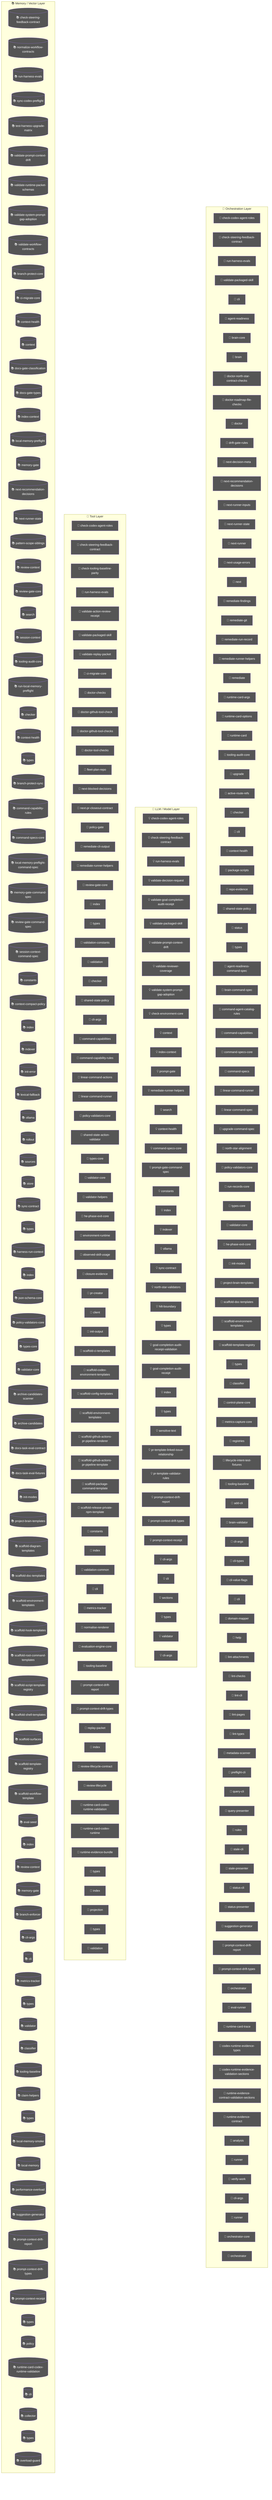
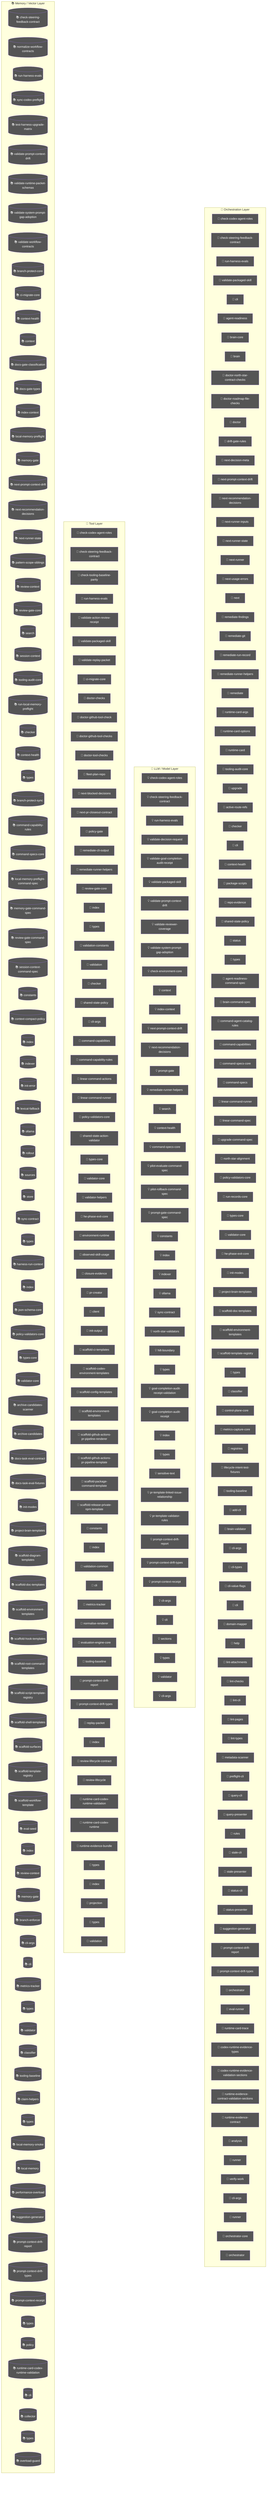
flowchart TD
  subgraph Orchestration["🎯 Orchestration Layer"]
    node_agent_mmd_orchestration_layer_orchestration_chec_7a9f0b64["🤖 check-codex-agent-roles"]
    node_agent_mmd_orchestration_layer_orchestration_chec_7fd47f5c["🤖 check-steering-feedback-contract"]
    node_agent_mmd_orchestration_layer_orchestration_run__18817957["🤖 run-harness-evals"]
    node_agent_mmd_orchestration_layer_orchestration_vali_c01b04be["🤖 validate-packaged-skill"]
    cli_99bb8840["🤖 cli"]
    agent_readiness_c82c68e6["🤖 agent-readiness"]
    brain_core_aa07c380["🤖 brain-core"]
    brain_bbbf7a64["🤖 brain"]
    doctor_north_star_contract_checks_0048124c["🤖 doctor-north-star-contract-checks"]
    doctor_roadmap_file_checks_14447b8e["🤖 doctor-roadmap-file-checks"]
    doctor_72f4be89["🤖 doctor"]
    drift_gate_rules_9685e72d["🤖 drift-gate-rules"]
    next_decision_meta_c58bc91b["🤖 next-decision-meta"]
+     node_agent_mmd_orchestration_layer_orchestration_next_bd28cb25["🤖 next-prompt-context-drift"]
    node_agent_mmd_orchestration_layer_orchestration_next_2419fcae["🤖 next-recommendation-decisions"]
    next_runner_inputs_754dba64["🤖 next-runner-inputs"]
    node_agent_mmd_orchestration_layer_orchestration_next_5393fba1["🤖 next-runner-state"]
    next_runner_41643472["🤖 next-runner"]
    next_usage_errors_837a345a["🤖 next-usage-errors"]
    next_c6c1c9a9["🤖 next"]
    remediate_findings_8b09c8c6["🤖 remediate-findings"]
    remediate_git_58c6f6f4["🤖 remediate-git"]
    remediate_run_record_9dfe5dc1["🤖 remediate-run-record"]
    node_agent_mmd_orchestration_layer_orchestration_reme_359fe98f["🤖 remediate-runner-helpers"]
    remediate_06b9c7fc["🤖 remediate"]
    runtime_card_args_2b3d4b28["🤖 runtime-card-args"]
    runtime_card_options_c9156ad5["🤖 runtime-card-options"]
    runtime_card_e06b53e1["🤖 runtime-card"]
    node_agent_mmd_orchestration_layer_orchestration_tool_acfe0c01["🤖 tooling-audit-core"]
    upgrade_7fef9479["🤖 upgrade"]
    active_route_refs_d7a46846["🤖 active-route-refs"]
    node_agent_mmd_orchestration_layer_orchestration_chec_0550c395["🤖 checker"]
    cli_1_084e05fe["🤖 cli"]
    node_agent_mmd_orchestration_layer_orchestration_cont_61b3b9c9["🤖 context-health"]
    package_scripts_3ee6150f["🤖 package-scripts"]
    repo_evidence_38bb1de5["🤖 repo-evidence"]
    node_agent_mmd_orchestration_layer_orchestration_shar_724ef5f0["🤖 shared-state-policy"]
    status_073c1634["🤖 status"]
    node_agent_mmd_orchestration_layer_orchestration_type_4f906dcc["🤖 types"]
    agent_readiness_command_spec_a30c2c1e["🤖 agent-readiness-command-spec"]
    brain_command_spec_15b122d5["🤖 brain-command-spec"]
    command_agent_catalog_rules_8e06b2af["🤖 command-agent-catalog-rules"]
    node_agent_mmd_orchestration_layer_orchestration_comm_6e41a7f7["🤖 command-capabilities"]
    node_agent_mmd_orchestration_layer_orchestration_comm_1f8cc24c["🤖 command-specs-core"]
    command_specs_69167c63["🤖 command-specs"]
    node_agent_mmd_orchestration_layer_orchestration_line_b67affd5["🤖 linear-command-runner"]
    linear_command_spec_1e12dd44["🤖 linear-command-spec"]
    upgrade_command_spec_03f6c7bd["🤖 upgrade-command-spec"]
    north_star_alignment_00440188["🤖 north-star-alignment"]
    node_agent_mmd_orchestration_layer_orchestration_poli_3270b55d["🤖 policy-validators-core"]
    run_records_core_89286dfa["🤖 run-records-core"]
    node_agent_mmd_orchestration_layer_orchestration_type_7cf81261["🤖 types-core"]
    node_agent_mmd_orchestration_layer_orchestration_vali_d9fe99e6["🤖 validator-core"]
    node_agent_mmd_orchestration_layer_orchestration_he_p_fc778c24["🤖 he-phase-exit-core"]
    node_agent_mmd_orchestration_layer_orchestration_init_2a9c3ecb["🤖 init-modes"]
    node_agent_mmd_orchestration_layer_orchestration_proj_6ab6f60f["🤖 project-brain-templates"]
    node_agent_mmd_orchestration_layer_orchestration_scaf_12cc07db["🤖 scaffold-doc-templates"]
    node_agent_mmd_orchestration_layer_orchestration_scaf_c9a90c2f["🤖 scaffold-environment-templates"]
    node_agent_mmd_orchestration_layer_orchestration_scaf_ff8f92f6["🤖 scaffold-template-registry"]
-     types_16_0fae1112["🤖 types"]
+     types_17_ed30531c["🤖 types"]
    node_agent_mmd_orchestration_layer_orchestration_clas_899b821a["🤖 classifier"]
    control_plane_core_db3b4cb2["🤖 control-plane-core"]
    metrics_capture_core_db4bf7cf["🤖 metrics-capture-core"]
    registries_06402afa["🤖 registries"]
    lifecycle_intent_test_fixtures_a53c7ada["🤖 lifecycle-intent-test-fixtures"]
    node_agent_mmd_orchestration_layer_orchestration_tool_cc43149f["🤖 tooling-baseline"]
    add_cli_7614de25["🤖 add-cli"]
    brain_validator_be251832["🤖 brain-validator"]
    cli_args_8_d546936e["🤖 cli-args"]
    cli_types_1686e858["🤖 cli-types"]
    cli_value_flags_732a8e43["🤖 cli-value-flags"]
    cli_10_35dc8cbd["🤖 cli"]
    domain_mapper_cd9333d2["🤖 domain-mapper"]
    help_106a5842["🤖 help"]
    lint_attachments_873c0632["🤖 lint-attachments"]
    lint_checks_83522b19["🤖 lint-checks"]
    lint_cli_9ec62ec0["🤖 lint-cli"]
    lint_pages_e33301d0["🤖 lint-pages"]
    lint_types_2862c255["🤖 lint-types"]
    metadata_scanner_6a101b66["🤖 metadata-scanner"]
    preflight_cli_5d148379["🤖 preflight-cli"]
    query_cli_b95be64d["🤖 query-cli"]
    query_presenter_02e6077c["🤖 query-presenter"]
    rules_6c621d1a["🤖 rules"]
    stale_cli_64548720["🤖 stale-cli"]
    stale_presenter_1de4e3a2["🤖 stale-presenter"]
    status_cli_4c24a0d6["🤖 status-cli"]
    status_presenter_8de686c1["🤖 status-presenter"]
    node_agent_mmd_orchestration_layer_orchestration_sugg_85c5ebe3["🤖 suggestion-generator"]
    node_agent_mmd_orchestration_layer_orchestration_prom_d17b4de2["🤖 prompt-context-drift-report"]
    node_agent_mmd_orchestration_layer_orchestration_prom_77088997["🤖 prompt-context-drift-types"]
    orchestrator_11376b7e["🤖 orchestrator"]
    eval_runner_0966a6b3["🤖 eval-runner"]
    runtime_card_trace_64a5ca95["🤖 runtime-card-trace"]
    codex_runtime_evidence_types_f55808dd["🤖 codex-runtime-evidence-types"]
    codex_runtime_evidence_validation_sections_6d236b4a["🤖 codex-runtime-evidence-validation-sections"]
    runtime_evidence_contract_validation_sections_1779ca7c["🤖 runtime-evidence-contract-validation-sections"]
    runtime_evidence_contract_0f7b15b2["🤖 runtime-evidence-contract"]
    analysis_f44e85c4["🤖 analysis"]
    runner_527aa9f4["🤖 runner"]
    verify_work_1_cd8e7ec3["🤖 verify-work"]
    cli_args_14_3481043e["🤖 cli-args"]
    runner_1_6f281bf8["🤖 runner"]
    orchestrator_core_d0678b53["🤖 orchestrator-core"]
    orchestrator_1_6b7137c5["🤖 orchestrator"]
  end
  subgraph LLMLayer["🧠 LLM / Model Layer"]
    node_agent_mmd_llm_model_layer_llmlayer_check_codex_a_29e7b7fa["💡 check-codex-agent-roles"]
    node_agent_mmd_llm_model_layer_llmlayer_check_steerin_0e1bf90d["💡 check-steering-feedback-contract"]
    node_agent_mmd_llm_model_layer_llmlayer_run_harness_e_603fcfdc["💡 run-harness-evals"]
    validate_decision_request_2e5c325e["💡 validate-decision-request"]
    validate_goal_completion_audit_receipt_100d252c["💡 validate-goal-completion-audit-receipt"]
    node_agent_mmd_llm_model_layer_llmlayer_validate_pack_2a12e1f4["💡 validate-packaged-skill"]
    node_agent_mmd_llm_model_layer_llmlayer_validate_prom_9880f764["💡 validate-prompt-context-drift"]
    validate_reviewer_coverage_251efee3["💡 validate-reviewer-coverage"]
    node_agent_mmd_llm_model_layer_llmlayer_validate_syst_5636156e["💡 validate-system-prompt-gap-adoption"]
    check_environment_core_2c16213f["💡 check-environment-core"]
    node_agent_mmd_llm_model_layer_llmlayer_context_conte_ad2dfbd9["💡 context"]
    node_agent_mmd_llm_model_layer_llmlayer_index_context_1041bd11["💡 index-context"]
+     node_agent_mmd_llm_model_layer_llmlayer_next_prompt_c_bdfb9c8c["💡 next-prompt-context-drift"]
+     node_agent_mmd_llm_model_layer_llmlayer_next_recommen_b2930791["💡 next-recommendation-decisions"]
    prompt_gate_c5e9d207["💡 prompt-gate"]
    node_agent_mmd_llm_model_layer_llmlayer_remediate_run_9e3d4585["💡 remediate-runner-helpers"]
    node_agent_mmd_llm_model_layer_llmlayer_search_search_66b9a911["💡 search"]
    node_agent_mmd_llm_model_layer_llmlayer_context_healt_cfc0bfa8["💡 context-health"]
    node_agent_mmd_llm_model_layer_llmlayer_command_specs_782af9fa["💡 command-specs-core"]
+     pilot_evaluate_command_spec_1084ea72["💡 pilot-evaluate-command-spec"]
+     pilot_rollback_command_spec_4fe69f7d["💡 pilot-rollback-command-spec"]
    prompt_gate_command_spec_9a941482["💡 prompt-gate-command-spec"]
    node_agent_mmd_llm_model_layer_llmlayer_constants_con_c9bd3f6c["💡 constants"]
    node_agent_mmd_llm_model_layer_llmlayer_index_index_1_02e160ff["💡 index"]
    node_agent_mmd_llm_model_layer_llmlayer_indexer_index_4f4deef5["💡 indexer"]
    node_agent_mmd_llm_model_layer_llmlayer_ollama_ollama_968b23fa["💡 ollama"]
    node_agent_mmd_llm_model_layer_llmlayer_sync_contract_9f3cc8c1["💡 sync-contract"]
    north_star_validators_cfc926ce["💡 north-star-validators"]
    hilt_boundary_9b36fb15["💡 hilt-boundary"]
    types_10_75e5a4a0["💡 types"]
    goal_completion_audit_receipt_validation_9d0f4891["💡 goal-completion-audit-receipt-validation"]
    goal_completion_audit_receipt_5e4939c3["💡 goal-completion-audit-receipt"]
    index_5_522f772a["💡 index"]
    node_agent_mmd_llm_model_layer_llmlayer_constants_con_c9bd3f6c["💡 constants"]
-     types_17_ed30531c["💡 types"]
+     types_18_37582e2a["💡 types"]
    sensitive_text_7c11f760["💡 sensitive-text"]
    pr_template_linked_issue_relationship_a7b61f2c["💡 pr-template-linked-issue-relationship"]
    pr_template_validator_rules_20a32d6b["💡 pr-template-validator-rules"]
    node_agent_mmd_llm_model_layer_llmlayer_index_index_1_02e160ff["💡 index"]
    node_agent_mmd_llm_model_layer_llmlayer_prompt_contex_81f9066a["💡 prompt-context-drift-report"]
    node_agent_mmd_llm_model_layer_llmlayer_prompt_contex_e5066b88["💡 prompt-context-drift-types"]
    node_agent_mmd_llm_model_layer_llmlayer_index_index_1_02e160ff["💡 index"]
    node_agent_mmd_llm_model_layer_llmlayer_prompt_contex_6426acc2["💡 prompt-context-receipt"]
    cli_args_9_9c136878["💡 cli-args"]
    cli_11_338a8415["💡 cli"]
    sections_4697ef32["💡 sections"]
-     types_27_4d134744["💡 types"]
+     types_28_4476fcc6["💡 types"]
    validator_7_f836eb0e["💡 validator"]
    cli_args_10_861cdd3f["💡 cli-args"]
  end
  subgraph ToolLayer["🔧 Tool Layer"]
    node_agent_mmd_tool_layer_toollayer_check_codex_agent_4b361d5a["🔧 check-codex-agent-roles"]
    node_agent_mmd_tool_layer_toollayer_check_steering_fe_eafecf3a["🔧 check-steering-feedback-contract"]
    check_tooling_baseline_parity_3124b30a["🔧 check-tooling-baseline-parity"]
    node_agent_mmd_tool_layer_toollayer_run_harness_evals_e2ee24f1["🔧 run-harness-evals"]
    validate_action_review_receipt_fa2f06c3["🔧 validate-action-review-receipt"]
    node_agent_mmd_tool_layer_toollayer_validate_packaged_2855c827["🔧 validate-packaged-skill"]
    validate_replay_packet_f309747e["🔧 validate-replay-packet"]
    node_agent_mmd_tool_layer_toollayer_ci_migrate_core_c_049f8460["🔧 ci-migrate-core"]
    doctor_checks_5a2eb2b9["🔧 doctor-checks"]
    doctor_github_tool_check_e0a938df["🔧 doctor-github-tool-check"]
    doctor_github_tool_checks_a53b0382["🔧 doctor-github-tool-checks"]
    doctor_tool_checks_4acac51a["🔧 doctor-tool-checks"]
    fleet_plan_repo_ecdc6499["🔧 fleet-plan-repo"]
    next_blocked_decisions_4140ad2b["🔧 next-blocked-decisions"]
    next_pr_closeout_contract_af31d30a["🔧 next-pr-closeout-contract"]
    policy_gate_213f7313["🔧 policy-gate"]
    remediate_cli_output_cc165396["🔧 remediate-cli-output"]
    node_agent_mmd_tool_layer_toollayer_remediate_runner__c003b871["🔧 remediate-runner-helpers"]
    node_agent_mmd_tool_layer_toollayer_review_gate_core__7704598b["🔧 review-gate-core"]
    index_1bc04b52["🔧 index"]
    types_1_4ecdf56e["🔧 types"]
    validation_constants_e002a0f6["🔧 validation-constants"]
    validation_98c41dcd["🔧 validation"]
    node_agent_mmd_tool_layer_toollayer_checker_checker_2_453d593b["🔧 checker"]
    node_agent_mmd_tool_layer_toollayer_shared_state_poli_53734acd["🔧 shared-state-policy"]
    cli_args_1_6144b055["🔧 cli-args"]
    node_agent_mmd_tool_layer_toollayer_command_capabilit_7fe13db1["🔧 command-capabilities"]
    node_agent_mmd_tool_layer_toollayer_command_capabilit_e97a4615["🔧 command-capability-rules"]
    linear_command_actions_e430f4f4["🔧 linear-command-actions"]
    node_agent_mmd_tool_layer_toollayer_linear_command_ru_d6763748["🔧 linear-command-runner"]
    node_agent_mmd_tool_layer_toollayer_policy_validators_af136abf["🔧 policy-validators-core"]
    shared_state_action_validator_e7b128cd["🔧 shared-state-action-validator"]
    node_agent_mmd_tool_layer_toollayer_types_core_types__6c8319b6["🔧 types-core"]
    node_agent_mmd_tool_layer_toollayer_validator_core_va_6ef6131f["🔧 validator-core"]
    validator_helpers_7b927667["🔧 validator-helpers"]
    node_agent_mmd_tool_layer_toollayer_he_phase_exit_cor_af016160["🔧 he-phase-exit-core"]
    environment_runtime_3206f0a8["🔧 environment-runtime"]
    observed_skill_usage_ed7d5930["🔧 observed-skill-usage"]
    closure_evidence_aaa31467["🔧 closure-evidence"]
    pr_creator_dc6b1ea4["🔧 pr-creator"]
    client_948fe603["🔧 client"]
    init_output_360dce91["🔧 init-output"]
    scaffold_ci_templates_2afd6392["🔧 scaffold-ci-templates"]
    scaffold_codex_environment_templates_334fbbed["🔧 scaffold-codex-environment-templates"]
    scaffold_config_templates_4b80ce53["🔧 scaffold-config-templates"]
    node_agent_mmd_tool_layer_toollayer_scaffold_environm_c1afc013["🔧 scaffold-environment-templates"]
    scaffold_github_actions_pr_pipeline_renderer_1ee18de5["🔧 scaffold-github-actions-pr-pipeline-renderer"]
    scaffold_github_actions_pr_pipeline_template_e2b85f62["🔧 scaffold-github-actions-pr-pipeline-template"]
    scaffold_package_command_template_80e32e83["🔧 scaffold-package-command-template"]
    scaffold_release_private_npm_template_075499f8["🔧 scaffold-release-private-npm-template"]
    node_agent_mmd_tool_layer_toollayer_constants_constan_9d71b829["🔧 constants"]
    index_9_32dd4d91["🔧 index"]
    validation_common_6161e48b["🔧 validation-common"]
    node_agent_mmd_tool_layer_toollayer_cli_cli_2_1_32d9eeaf["🔧 cli"]
    node_agent_mmd_tool_layer_toollayer_metrics_tracker_m_4c9237d8["🔧 metrics-tracker"]
    normalise_renderer_85f2e563["🔧 normalise-renderer"]
    evaluation_engine_core_e054fe49["🔧 evaluation-engine-core"]
    node_agent_mmd_tool_layer_toollayer_tooling_baseline__61e66e9f["🔧 tooling-baseline"]
    node_agent_mmd_tool_layer_toollayer_prompt_context_dr_a2772f2b["🔧 prompt-context-drift-report"]
    node_agent_mmd_tool_layer_toollayer_prompt_context_dr_bd82da46["🔧 prompt-context-drift-types"]
    replay_packet_a1293f88["🔧 replay-packet"]
    index_14_d982116c["🔧 index"]
    review_lifecycle_contract_e5447221["🔧 review-lifecycle-contract"]
    review_lifecycle_89afa64c["🔧 review-lifecycle"]
    node_agent_mmd_tool_layer_toollayer_runtime_card_code_3636ceac["🔧 runtime-card-codex-runtime-validation"]
    runtime_card_codex_runtime_0655e230["🔧 runtime-card-codex-runtime"]
    runtime_evidence_bundle_d471a232["🔧 runtime-evidence-bundle"]
-     types_36_674380ec["🔧 types"]
+     types_37_32ccf9f9["🔧 types"]
    index_17_642943a2["🔧 index"]
    projection_1b250ea1["🔧 projection"]
-     types_38_e8efcd57["🔧 types"]
+     types_39_d07de160["🔧 types"]
    validation_7_c4e6d8b6["🔧 validation"]
  end
  subgraph MemoryLayer["📚 Memory / Vector Layer"]
    node_agent_mmd_memory_vector_layer_memorylayer_check__64c86928[("📚 check-steering-feedback-contract")]
    normalize_workflow_contracts_8701f1c8[("📚 normalize-workflow-contracts")]
    node_agent_mmd_memory_vector_layer_memorylayer_run_ha_5b637d0d[("📚 run-harness-evals")]
    sync_codex_preflight_7e7a8dc2[("📚 sync-codex-preflight")]
    test_harness_upgrade_matrix_84113c4e[("📚 test-harness-upgrade-matrix")]
    node_agent_mmd_memory_vector_layer_memorylayer_valida_c52c4db8[("📚 validate-prompt-context-drift")]
    validate_runtime_packet_schemas_bc3ba8ec[("📚 validate-runtime-packet-schemas")]
    node_agent_mmd_memory_vector_layer_memorylayer_valida_db599a97[("📚 validate-system-prompt-gap-adoption")]
    validate_workflow_contracts_33dc063c[("📚 validate-workflow-contracts")]
    branch_protect_core_a8feb0fd[("📚 branch-protect-core")]
    node_agent_mmd_memory_vector_layer_memorylayer_ci_mig_0cd5b1a4[("📚 ci-migrate-core")]
    context_health_80bb7da9[("📚 context-health")]
    node_agent_mmd_memory_vector_layer_memorylayer_contex_78ceaaa9[("📚 context")]
    docs_gate_classification_2f51c90b[("📚 docs-gate-classification")]
    docs_gate_types_d285abb6[("📚 docs-gate-types")]
    node_agent_mmd_memory_vector_layer_memorylayer_index__6f3402d0[("📚 index-context")]
    local_memory_preflight_dcc36c42[("📚 local-memory-preflight")]
    memory_gate_a577a506[("📚 memory-gate")]
-     node_agent_mmd_memory_vector_layer_memorylayer_next_r_70c71a64[("📚 next-recommendation-decisions")]
+     node_agent_mmd_memory_vector_layer_memorylayer_next_p_25a3d4ff[("📚 next-prompt-context-drift")]
+     node_agent_mmd_memory_vector_layer_memorylayer_next_r_ef64c9f9[("📚 next-recommendation-decisions")]
    node_agent_mmd_memory_vector_layer_memorylayer_next_r_7feb80cc[("📚 next-runner-state")]
    pattern_scope_siblings_43abe000[("📚 pattern-scope-siblings")]
    review_context_ca6cf81d[("📚 review-context")]
    node_agent_mmd_memory_vector_layer_memorylayer_review_5bee9816[("📚 review-gate-core")]
    node_agent_mmd_memory_vector_layer_memorylayer_search_ac35cb7e[("📚 search")]
    session_context_e5ec72c0[("📚 session-context")]
    node_agent_mmd_memory_vector_layer_memorylayer_toolin_a1185b8f[("📚 tooling-audit-core")]
    run_local_memory_preflight_36e92808[("📚 run-local-memory-preflight")]
    node_agent_mmd_memory_vector_layer_memorylayer_checke_a583eb4f[("📚 checker")]
    node_agent_mmd_memory_vector_layer_memorylayer_contex_3204aa0e[("📚 context-health")]
    node_agent_mmd_memory_vector_layer_memorylayer_types__9ad640a0[("📚 types")]
    branch_protect_sync_570adb18[("📚 branch-protect-sync")]
    node_agent_mmd_memory_vector_layer_memorylayer_comman_c72a5d05[("📚 command-capability-rules")]
    node_agent_mmd_memory_vector_layer_memorylayer_comman_111eb454[("📚 command-specs-core")]
    local_memory_preflight_command_spec_9e23f3ce[("📚 local-memory-preflight-command-spec")]
    memory_gate_command_spec_dc9001a9[("📚 memory-gate-command-spec")]
    review_gate_command_spec_3187376a[("📚 review-gate-command-spec")]
    session_context_command_spec_973afbb1[("📚 session-context-command-spec")]
    node_agent_mmd_memory_vector_layer_memorylayer_consta_702d3f46[("📚 constants")]
    context_compact_policy_3dcaf95d[("📚 context-compact-policy")]
    node_agent_mmd_memory_vector_layer_memorylayer_index__752bc61e[("📚 index")]
    node_agent_mmd_memory_vector_layer_memorylayer_indexe_93e6d86f[("📚 indexer")]
    init_error_5c7dd49f[("📚 init-error")]
    lexical_fallback_723e2b3e[("📚 lexical-fallback")]
    node_agent_mmd_memory_vector_layer_memorylayer_ollama_6d51be16[("📚 ollama")]
    rollout_a4fa034c[("📚 rollout")]
    sources_878a52fc[("📚 sources")]
    store_824d80d7[("📚 store")]
    node_agent_mmd_memory_vector_layer_memorylayer_sync_c_e43418bc[("📚 sync-contract")]
    types_8_f6283648[("📚 types")]
    harness_run_context_ac7c77a9[("📚 harness-run-context")]
    index_4_013aa0e3[("📚 index")]
    json_schema_core_96d7e328[("📚 json-schema-core")]
    node_agent_mmd_memory_vector_layer_memorylayer_policy_1944de42[("📚 policy-validators-core")]
    node_agent_mmd_memory_vector_layer_memorylayer_types__83f369fa[("📚 types-core")]
    node_agent_mmd_memory_vector_layer_memorylayer_valida_41034356[("📚 validator-core")]
    archive_candidates_scanner_d0931789[("📚 archive-candidates-scanner")]
    archive_candidates_dc0e40e1[("📚 archive-candidates")]
    docs_task_eval_contract_79347457[("📚 docs-task-eval-contract")]
    docs_task_eval_fixtures_44902755[("📚 docs-task-eval-fixtures")]
    node_agent_mmd_memory_vector_layer_memorylayer_init_m_333d02c5[("📚 init-modes")]
    node_agent_mmd_memory_vector_layer_memorylayer_projec_3ae304d9[("📚 project-brain-templates")]
    scaffold_diagram_templates_dd88e83c[("📚 scaffold-diagram-templates")]
    node_agent_mmd_memory_vector_layer_memorylayer_scaffo_5fd73b94[("📚 scaffold-doc-templates")]
    node_agent_mmd_memory_vector_layer_memorylayer_scaffo_12b42341[("📚 scaffold-environment-templates")]
    scaffold_hook_templates_8c74ab50[("📚 scaffold-hook-templates")]
    scaffold_root_command_templates_404fed7f[("📚 scaffold-root-command-templates")]
    scaffold_script_template_registry_69312d4e[("📚 scaffold-script-template-registry")]
    scaffold_shell_templates_0ad0f915[("📚 scaffold-shell-templates")]
    scaffold_surfaces_12d6494e[("📚 scaffold-surfaces")]
    node_agent_mmd_memory_vector_layer_memorylayer_scaffo_a86eece1[("📚 scaffold-template-registry")]
    scaffold_workflow_template_92310587[("📚 scaffold-workflow-template")]
    eval_seed_5699fd3e[("📚 eval-seed")]
    index_10_f6785a46[("📚 index")]
    review_context_1_e3afed15[("📚 review-context")]
    memory_gate_1_265164ac[("📚 memory-gate")]
    branch_enforcer_acb749cd[("📚 branch-enforcer")]
    cli_args_5_09ea29f0[("📚 cli-args")]
    node_agent_mmd_memory_vector_layer_memorylayer_cli_cl_1f1f89ab[("📚 cli")]
    node_agent_mmd_memory_vector_layer_memorylayer_metric_12562178[("📚 metrics-tracker")]
-     types_19_eb4ad5f0[("📚 types")]
+     types_20_071a0112[("📚 types")]
    validator_5_b19ac2be[("📚 validator")]
    node_agent_mmd_memory_vector_layer_memorylayer_classi_1ebbf5ff[("📚 classifier")]
    node_agent_mmd_memory_vector_layer_memorylayer_toolin_14f86b00[("📚 tooling-baseline")]
    claim_helpers_20dc8387[("📚 claim-helpers")]
-     types_24_c63dc1a7[("📚 types")]
+     types_25_89d086aa[("📚 types")]
    local_memory_smoke_1175abfc[("📚 local-memory-smoke")]
    local_memory_0db17ecc[("📚 local-memory")]
    performance_overload_c685bfcf[("📚 performance-overload")]
    node_agent_mmd_memory_vector_layer_memorylayer_sugges_267f408d[("📚 suggestion-generator")]
    node_agent_mmd_memory_vector_layer_memorylayer_index__752bc61e[("📚 index")]
    node_agent_mmd_memory_vector_layer_memorylayer_prompt_ae34fc43[("📚 prompt-context-drift-report")]
    node_agent_mmd_memory_vector_layer_memorylayer_prompt_efd77624[("📚 prompt-context-drift-types")]
    node_agent_mmd_memory_vector_layer_memorylayer_index__752bc61e[("📚 index")]
    node_agent_mmd_memory_vector_layer_memorylayer_prompt_55c0d605[("📚 prompt-context-receipt")]
-     types_31_eb363e20[("📚 types")]
+     types_32_bfe791ff[("📚 types")]
    policy_1_fc4198db[("📚 policy")]
    node_agent_mmd_memory_vector_layer_memorylayer_runtim_a5d23e7f[("📚 runtime-card-codex-runtime-validation")]
    cli_12_01c06c37[("📚 cli")]
    collector_0736fd5b[("📚 collector")]
-     types_34_85e6a0bb[("📚 types")]
+     types_35_93e66c64[("📚 types")]
    overload_guard_2748c559[("📚 overload-guard")]
  end
  classDef agentNode fill:#555,color:#fff
-   class node_agent_mmd_orchestration_layer_orchestration_chec_7a9f0b64,node_agent_mmd_llm_model_layer_llmlayer_check_codex_a_29e7b7fa,node_agent_mmd_tool_layer_toollayer_check_codex_agent_4b361d5a,node_agent_mmd_orchestration_layer_orchestration_chec_7fd47f5c,node_agent_mmd_llm_model_layer_llmlayer_check_steerin_0e1bf90d,node_agent_mmd_tool_layer_toollayer_check_steering_fe_eafecf3a,node_agent_mmd_memory_vector_layer_memorylayer_check__64c86928,node_agent_mmd_orchestration_layer_orchestration_run__18817957,node_agent_mmd_llm_model_layer_llmlayer_run_harness_e_603fcfdc,node_agent_mmd_tool_layer_toollayer_run_harness_evals_e2ee24f1,node_agent_mmd_memory_vector_layer_memorylayer_run_ha_5b637d0d,node_agent_mmd_orchestration_layer_orchestration_vali_c01b04be,node_agent_mmd_llm_model_layer_llmlayer_validate_pack_2a12e1f4,node_agent_mmd_tool_layer_toollayer_validate_packaged_2855c827,cli_99bb8840,agent_readiness_c82c68e6,brain_core_aa07c380,brain_bbbf7a64,doctor_north_star_contract_checks_0048124c,doctor_roadmap_file_checks_14447b8e,doctor_72f4be89,drift_gate_rules_9685e72d,next_decision_meta_c58bc91b,node_agent_mmd_orchestration_layer_orchestration_next_2419fcae,node_agent_mmd_memory_vector_layer_memorylayer_next_r_70c71a64,next_runner_inputs_754dba64,node_agent_mmd_orchestration_layer_orchestration_next_5393fba1,node_agent_mmd_memory_vector_layer_memorylayer_next_r_7feb80cc,next_runner_41643472,next_usage_errors_837a345a,next_c6c1c9a9,remediate_findings_8b09c8c6,remediate_git_58c6f6f4,remediate_run_record_9dfe5dc1,node_agent_mmd_orchestration_layer_orchestration_reme_359fe98f,node_agent_mmd_llm_model_layer_llmlayer_remediate_run_9e3d4585,node_agent_mmd_tool_layer_toollayer_remediate_runner__c003b871,remediate_06b9c7fc,runtime_card_args_2b3d4b28,runtime_card_options_c9156ad5,runtime_card_e06b53e1,node_agent_mmd_orchestration_layer_orchestration_tool_acfe0c01,node_agent_mmd_memory_vector_layer_memorylayer_toolin_a1185b8f,upgrade_7fef9479,active_route_refs_d7a46846,node_agent_mmd_orchestration_layer_orchestration_chec_0550c395,node_agent_mmd_tool_layer_toollayer_checker_checker_2_453d593b,node_agent_mmd_memory_vector_layer_memorylayer_checke_a583eb4f,cli_1_084e05fe,node_agent_mmd_orchestration_layer_orchestration_cont_61b3b9c9,node_agent_mmd_llm_model_layer_llmlayer_context_healt_cfc0bfa8,node_agent_mmd_memory_vector_layer_memorylayer_contex_3204aa0e,package_scripts_3ee6150f,repo_evidence_38bb1de5,node_agent_mmd_orchestration_layer_orchestration_shar_724ef5f0,node_agent_mmd_tool_layer_toollayer_shared_state_poli_53734acd,status_073c1634,node_agent_mmd_orchestration_layer_orchestration_type_4f906dcc,node_agent_mmd_memory_vector_layer_memorylayer_types__9ad640a0,agent_readiness_command_spec_a30c2c1e,brain_command_spec_15b122d5,command_agent_catalog_rules_8e06b2af,node_agent_mmd_orchestration_layer_orchestration_comm_6e41a7f7,node_agent_mmd_tool_layer_toollayer_command_capabilit_7fe13db1,node_agent_mmd_orchestration_layer_orchestration_comm_1f8cc24c,node_agent_mmd_llm_model_layer_llmlayer_command_specs_782af9fa,node_agent_mmd_memory_vector_layer_memorylayer_comman_111eb454,command_specs_69167c63,node_agent_mmd_orchestration_layer_orchestration_line_b67affd5,node_agent_mmd_tool_layer_toollayer_linear_command_ru_d6763748,linear_command_spec_1e12dd44,upgrade_command_spec_03f6c7bd,north_star_alignment_00440188,node_agent_mmd_orchestration_layer_orchestration_poli_3270b55d,node_agent_mmd_tool_layer_toollayer_policy_validators_af136abf,node_agent_mmd_memory_vector_layer_memorylayer_policy_1944de42,run_records_core_89286dfa,node_agent_mmd_orchestration_layer_orchestration_type_7cf81261,node_agent_mmd_tool_layer_toollayer_types_core_types__6c8319b6,node_agent_mmd_memory_vector_layer_memorylayer_types__83f369fa,node_agent_mmd_orchestration_layer_orchestration_vali_d9fe99e6,node_agent_mmd_tool_layer_toollayer_validator_core_va_6ef6131f,node_agent_mmd_memory_vector_layer_memorylayer_valida_41034356,node_agent_mmd_orchestration_layer_orchestration_he_p_fc778c24,node_agent_mmd_tool_layer_toollayer_he_phase_exit_cor_af016160,node_agent_mmd_orchestration_layer_orchestration_init_2a9c3ecb,node_agent_mmd_memory_vector_layer_memorylayer_init_m_333d02c5,node_agent_mmd_orchestration_layer_orchestration_proj_6ab6f60f,node_agent_mmd_memory_vector_layer_memorylayer_projec_3ae304d9,node_agent_mmd_orchestration_layer_orchestration_scaf_12cc07db,node_agent_mmd_memory_vector_layer_memorylayer_scaffo_5fd73b94,node_agent_mmd_orchestration_layer_orchestration_scaf_c9a90c2f,node_agent_mmd_tool_layer_toollayer_scaffold_environm_c1afc013,node_agent_mmd_memory_vector_layer_memorylayer_scaffo_12b42341,node_agent_mmd_orchestration_layer_orchestration_scaf_ff8f92f6,node_agent_mmd_memory_vector_layer_memorylayer_scaffo_a86eece1,types_16_0fae1112,node_agent_mmd_orchestration_layer_orchestration_clas_899b821a,node_agent_mmd_memory_vector_layer_memorylayer_classi_1ebbf5ff,control_plane_core_db3b4cb2,metrics_capture_core_db4bf7cf,registries_06402afa,lifecycle_intent_test_fixtures_a53c7ada,node_agent_mmd_orchestration_layer_orchestration_tool_cc43149f,node_agent_mmd_tool_layer_toollayer_tooling_baseline__61e66e9f,node_agent_mmd_memory_vector_layer_memorylayer_toolin_14f86b00,add_cli_7614de25,brain_validator_be251832,cli_args_8_d546936e,cli_types_1686e858,cli_value_flags_732a8e43,cli_10_35dc8cbd,domain_mapper_cd9333d2,help_106a5842,lint_attachments_873c0632,lint_checks_83522b19,lint_cli_9ec62ec0,lint_pages_e33301d0,lint_types_2862c255,metadata_scanner_6a101b66,preflight_cli_5d148379,query_cli_b95be64d,query_presenter_02e6077c,rules_6c621d1a,stale_cli_64548720,stale_presenter_1de4e3a2,status_cli_4c24a0d6,status_presenter_8de686c1,node_agent_mmd_orchestration_layer_orchestration_sugg_85c5ebe3,node_agent_mmd_memory_vector_layer_memorylayer_sugges_267f408d,node_agent_mmd_orchestration_layer_orchestration_prom_d17b4de2,node_agent_mmd_llm_model_layer_llmlayer_prompt_contex_81f9066a,node_agent_mmd_tool_layer_toollayer_prompt_context_dr_a2772f2b,node_agent_mmd_memory_vector_layer_memorylayer_prompt_ae34fc43,node_agent_mmd_orchestration_layer_orchestration_prom_77088997,node_agent_mmd_llm_model_layer_llmlayer_prompt_contex_e5066b88,node_agent_mmd_tool_layer_toollayer_prompt_context_dr_bd82da46,node_agent_mmd_memory_vector_layer_memorylayer_prompt_efd77624,orchestrator_11376b7e,eval_runner_0966a6b3,runtime_card_trace_64a5ca95,codex_runtime_evidence_types_f55808dd,codex_runtime_evidence_validation_sections_6d236b4a,runtime_evidence_contract_validation_sections_1779ca7c,runtime_evidence_contract_0f7b15b2,analysis_f44e85c4,runner_527aa9f4,verify_work_1_cd8e7ec3,cli_args_14_3481043e,runner_1_6f281bf8,orchestrator_core_d0678b53,orchestrator_1_6b7137c5 agentNode
+   class node_agent_mmd_orchestration_layer_orchestration_chec_7a9f0b64,node_agent_mmd_llm_model_layer_llmlayer_check_codex_a_29e7b7fa,node_agent_mmd_tool_layer_toollayer_check_codex_agent_4b361d5a,node_agent_mmd_orchestration_layer_orchestration_chec_7fd47f5c,node_agent_mmd_llm_model_layer_llmlayer_check_steerin_0e1bf90d,node_agent_mmd_tool_layer_toollayer_check_steering_fe_eafecf3a,node_agent_mmd_memory_vector_layer_memorylayer_check__64c86928,node_agent_mmd_orchestration_layer_orchestration_run__18817957,node_agent_mmd_llm_model_layer_llmlayer_run_harness_e_603fcfdc,node_agent_mmd_tool_layer_toollayer_run_harness_evals_e2ee24f1,node_agent_mmd_memory_vector_layer_memorylayer_run_ha_5b637d0d,node_agent_mmd_orchestration_layer_orchestration_vali_c01b04be,node_agent_mmd_llm_model_layer_llmlayer_validate_pack_2a12e1f4,node_agent_mmd_tool_layer_toollayer_validate_packaged_2855c827,cli_99bb8840,agent_readiness_c82c68e6,brain_core_aa07c380,brain_bbbf7a64,doctor_north_star_contract_checks_0048124c,doctor_roadmap_file_checks_14447b8e,doctor_72f4be89,drift_gate_rules_9685e72d,next_decision_meta_c58bc91b,node_agent_mmd_orchestration_layer_orchestration_next_bd28cb25,node_agent_mmd_llm_model_layer_llmlayer_next_prompt_c_bdfb9c8c,node_agent_mmd_memory_vector_layer_memorylayer_next_p_25a3d4ff,node_agent_mmd_orchestration_layer_orchestration_next_2419fcae,node_agent_mmd_llm_model_layer_llmlayer_next_recommen_b2930791,node_agent_mmd_memory_vector_layer_memorylayer_next_r_ef64c9f9,next_runner_inputs_754dba64,node_agent_mmd_orchestration_layer_orchestration_next_5393fba1,node_agent_mmd_memory_vector_layer_memorylayer_next_r_7feb80cc,next_runner_41643472,next_usage_errors_837a345a,next_c6c1c9a9,remediate_findings_8b09c8c6,remediate_git_58c6f6f4,remediate_run_record_9dfe5dc1,node_agent_mmd_orchestration_layer_orchestration_reme_359fe98f,node_agent_mmd_llm_model_layer_llmlayer_remediate_run_9e3d4585,node_agent_mmd_tool_layer_toollayer_remediate_runner__c003b871,remediate_06b9c7fc,runtime_card_args_2b3d4b28,runtime_card_options_c9156ad5,runtime_card_e06b53e1,node_agent_mmd_orchestration_layer_orchestration_tool_acfe0c01,node_agent_mmd_memory_vector_layer_memorylayer_toolin_a1185b8f,upgrade_7fef9479,active_route_refs_d7a46846,node_agent_mmd_orchestration_layer_orchestration_chec_0550c395,node_agent_mmd_tool_layer_toollayer_checker_checker_2_453d593b,node_agent_mmd_memory_vector_layer_memorylayer_checke_a583eb4f,cli_1_084e05fe,node_agent_mmd_orchestration_layer_orchestration_cont_61b3b9c9,node_agent_mmd_llm_model_layer_llmlayer_context_healt_cfc0bfa8,node_agent_mmd_memory_vector_layer_memorylayer_contex_3204aa0e,package_scripts_3ee6150f,repo_evidence_38bb1de5,node_agent_mmd_orchestration_layer_orchestration_shar_724ef5f0,node_agent_mmd_tool_layer_toollayer_shared_state_poli_53734acd,status_073c1634,node_agent_mmd_orchestration_layer_orchestration_type_4f906dcc,node_agent_mmd_memory_vector_layer_memorylayer_types__9ad640a0,agent_readiness_command_spec_a30c2c1e,brain_command_spec_15b122d5,command_agent_catalog_rules_8e06b2af,node_agent_mmd_orchestration_layer_orchestration_comm_6e41a7f7,node_agent_mmd_tool_layer_toollayer_command_capabilit_7fe13db1,node_agent_mmd_orchestration_layer_orchestration_comm_1f8cc24c,node_agent_mmd_llm_model_layer_llmlayer_command_specs_782af9fa,node_agent_mmd_memory_vector_layer_memorylayer_comman_111eb454,command_specs_69167c63,node_agent_mmd_orchestration_layer_orchestration_line_b67affd5,node_agent_mmd_tool_layer_toollayer_linear_command_ru_d6763748,linear_command_spec_1e12dd44,upgrade_command_spec_03f6c7bd,north_star_alignment_00440188,node_agent_mmd_orchestration_layer_orchestration_poli_3270b55d,node_agent_mmd_tool_layer_toollayer_policy_validators_af136abf,node_agent_mmd_memory_vector_layer_memorylayer_policy_1944de42,run_records_core_89286dfa,node_agent_mmd_orchestration_layer_orchestration_type_7cf81261,node_agent_mmd_tool_layer_toollayer_types_core_types__6c8319b6,node_agent_mmd_memory_vector_layer_memorylayer_types__83f369fa,node_agent_mmd_orchestration_layer_orchestration_vali_d9fe99e6,node_agent_mmd_tool_layer_toollayer_validator_core_va_6ef6131f,node_agent_mmd_memory_vector_layer_memorylayer_valida_41034356,node_agent_mmd_orchestration_layer_orchestration_he_p_fc778c24,node_agent_mmd_tool_layer_toollayer_he_phase_exit_cor_af016160,node_agent_mmd_orchestration_layer_orchestration_init_2a9c3ecb,node_agent_mmd_memory_vector_layer_memorylayer_init_m_333d02c5,node_agent_mmd_orchestration_layer_orchestration_proj_6ab6f60f,node_agent_mmd_memory_vector_layer_memorylayer_projec_3ae304d9,node_agent_mmd_orchestration_layer_orchestration_scaf_12cc07db,node_agent_mmd_memory_vector_layer_memorylayer_scaffo_5fd73b94,node_agent_mmd_orchestration_layer_orchestration_scaf_c9a90c2f,node_agent_mmd_tool_layer_toollayer_scaffold_environm_c1afc013,node_agent_mmd_memory_vector_layer_memorylayer_scaffo_12b42341,node_agent_mmd_orchestration_layer_orchestration_scaf_ff8f92f6,node_agent_mmd_memory_vector_layer_memorylayer_scaffo_a86eece1,types_17_ed30531c,node_agent_mmd_orchestration_layer_orchestration_clas_899b821a,node_agent_mmd_memory_vector_layer_memorylayer_classi_1ebbf5ff,control_plane_core_db3b4cb2,metrics_capture_core_db4bf7cf,registries_06402afa,lifecycle_intent_test_fixtures_a53c7ada,node_agent_mmd_orchestration_layer_orchestration_tool_cc43149f,node_agent_mmd_tool_layer_toollayer_tooling_baseline__61e66e9f,node_agent_mmd_memory_vector_layer_memorylayer_toolin_14f86b00,add_cli_7614de25,brain_validator_be251832,cli_args_8_d546936e,cli_types_1686e858,cli_value_flags_732a8e43,cli_10_35dc8cbd,domain_mapper_cd9333d2,help_106a5842,lint_attachments_873c0632,lint_checks_83522b19,lint_cli_9ec62ec0,lint_pages_e33301d0,lint_types_2862c255,metadata_scanner_6a101b66,preflight_cli_5d148379,query_cli_b95be64d,query_presenter_02e6077c,rules_6c621d1a,stale_cli_64548720,stale_presenter_1de4e3a2,status_cli_4c24a0d6,status_presenter_8de686c1,node_agent_mmd_orchestration_layer_orchestration_sugg_85c5ebe3,node_agent_mmd_memory_vector_layer_memorylayer_sugges_267f408d,node_agent_mmd_orchestration_layer_orchestration_prom_d17b4de2,node_agent_mmd_llm_model_layer_llmlayer_prompt_contex_81f9066a,node_agent_mmd_tool_layer_toollayer_prompt_context_dr_a2772f2b,node_agent_mmd_memory_vector_layer_memorylayer_prompt_ae34fc43,node_agent_mmd_orchestration_layer_orchestration_prom_77088997,node_agent_mmd_llm_model_layer_llmlayer_prompt_contex_e5066b88,node_agent_mmd_tool_layer_toollayer_prompt_context_dr_bd82da46,node_agent_mmd_memory_vector_layer_memorylayer_prompt_efd77624,orchestrator_11376b7e,eval_runner_0966a6b3,runtime_card_trace_64a5ca95,codex_runtime_evidence_types_f55808dd,codex_runtime_evidence_validation_sections_6d236b4a,runtime_evidence_contract_validation_sections_1779ca7c,runtime_evidence_contract_0f7b15b2,analysis_f44e85c4,runner_527aa9f4,verify_work_1_cd8e7ec3,cli_args_14_3481043e,runner_1_6f281bf8,orchestrator_core_d0678b53,orchestrator_1_6b7137c5 agentNode
  classDef llmNode fill:#555,color:#fff
-   class node_agent_mmd_orchestration_layer_orchestration_chec_7a9f0b64,node_agent_mmd_llm_model_layer_llmlayer_check_codex_a_29e7b7fa,node_agent_mmd_tool_layer_toollayer_check_codex_agent_4b361d5a,node_agent_mmd_orchestration_layer_orchestration_chec_7fd47f5c,node_agent_mmd_llm_model_layer_llmlayer_check_steerin_0e1bf90d,node_agent_mmd_tool_layer_toollayer_check_steering_fe_eafecf3a,node_agent_mmd_memory_vector_layer_memorylayer_check__64c86928,node_agent_mmd_orchestration_layer_orchestration_run__18817957,node_agent_mmd_llm_model_layer_llmlayer_run_harness_e_603fcfdc,node_agent_mmd_tool_layer_toollayer_run_harness_evals_e2ee24f1,node_agent_mmd_memory_vector_layer_memorylayer_run_ha_5b637d0d,validate_decision_request_2e5c325e,validate_goal_completion_audit_receipt_100d252c,node_agent_mmd_orchestration_layer_orchestration_vali_c01b04be,node_agent_mmd_llm_model_layer_llmlayer_validate_pack_2a12e1f4,node_agent_mmd_tool_layer_toollayer_validate_packaged_2855c827,node_agent_mmd_llm_model_layer_llmlayer_validate_prom_9880f764,node_agent_mmd_memory_vector_layer_memorylayer_valida_c52c4db8,validate_reviewer_coverage_251efee3,node_agent_mmd_llm_model_layer_llmlayer_validate_syst_5636156e,node_agent_mmd_memory_vector_layer_memorylayer_valida_db599a97,check_environment_core_2c16213f,node_agent_mmd_llm_model_layer_llmlayer_context_conte_ad2dfbd9,node_agent_mmd_memory_vector_layer_memorylayer_contex_78ceaaa9,node_agent_mmd_llm_model_layer_llmlayer_index_context_1041bd11,node_agent_mmd_memory_vector_layer_memorylayer_index__6f3402d0,prompt_gate_c5e9d207,node_agent_mmd_orchestration_layer_orchestration_reme_359fe98f,node_agent_mmd_llm_model_layer_llmlayer_remediate_run_9e3d4585,node_agent_mmd_tool_layer_toollayer_remediate_runner__c003b871,node_agent_mmd_llm_model_layer_llmlayer_search_search_66b9a911,node_agent_mmd_memory_vector_layer_memorylayer_search_ac35cb7e,node_agent_mmd_orchestration_layer_orchestration_cont_61b3b9c9,node_agent_mmd_llm_model_layer_llmlayer_context_healt_cfc0bfa8,node_agent_mmd_memory_vector_layer_memorylayer_contex_3204aa0e,node_agent_mmd_orchestration_layer_orchestration_comm_1f8cc24c,node_agent_mmd_llm_model_layer_llmlayer_command_specs_782af9fa,node_agent_mmd_memory_vector_layer_memorylayer_comman_111eb454,prompt_gate_command_spec_9a941482,node_agent_mmd_llm_model_layer_llmlayer_constants_con_c9bd3f6c,node_agent_mmd_memory_vector_layer_memorylayer_consta_702d3f46,node_agent_mmd_llm_model_layer_llmlayer_index_index_1_02e160ff,node_agent_mmd_memory_vector_layer_memorylayer_index__752bc61e,node_agent_mmd_llm_model_layer_llmlayer_indexer_index_4f4deef5,node_agent_mmd_memory_vector_layer_memorylayer_indexe_93e6d86f,node_agent_mmd_llm_model_layer_llmlayer_ollama_ollama_968b23fa,node_agent_mmd_memory_vector_layer_memorylayer_ollama_6d51be16,node_agent_mmd_llm_model_layer_llmlayer_sync_contract_9f3cc8c1,node_agent_mmd_memory_vector_layer_memorylayer_sync_c_e43418bc,north_star_validators_cfc926ce,hilt_boundary_9b36fb15,types_10_75e5a4a0,goal_completion_audit_receipt_validation_9d0f4891,goal_completion_audit_receipt_5e4939c3,index_5_522f772a,node_agent_mmd_tool_layer_toollayer_constants_constan_9d71b829,types_17_ed30531c,sensitive_text_7c11f760,pr_template_linked_issue_relationship_a7b61f2c,pr_template_validator_rules_20a32d6b,node_agent_mmd_orchestration_layer_orchestration_prom_d17b4de2,node_agent_mmd_llm_model_layer_llmlayer_prompt_contex_81f9066a,node_agent_mmd_tool_layer_toollayer_prompt_context_dr_a2772f2b,node_agent_mmd_memory_vector_layer_memorylayer_prompt_ae34fc43,node_agent_mmd_orchestration_layer_orchestration_prom_77088997,node_agent_mmd_llm_model_layer_llmlayer_prompt_contex_e5066b88,node_agent_mmd_tool_layer_toollayer_prompt_context_dr_bd82da46,node_agent_mmd_memory_vector_layer_memorylayer_prompt_efd77624,node_agent_mmd_llm_model_layer_llmlayer_prompt_contex_6426acc2,node_agent_mmd_memory_vector_layer_memorylayer_prompt_55c0d605,cli_args_9_9c136878,cli_11_338a8415,sections_4697ef32,types_27_4d134744,validator_7_f836eb0e,cli_args_10_861cdd3f llmNode
+   class node_agent_mmd_orchestration_layer_orchestration_chec_7a9f0b64,node_agent_mmd_llm_model_layer_llmlayer_check_codex_a_29e7b7fa,node_agent_mmd_tool_layer_toollayer_check_codex_agent_4b361d5a,node_agent_mmd_orchestration_layer_orchestration_chec_7fd47f5c,node_agent_mmd_llm_model_layer_llmlayer_check_steerin_0e1bf90d,node_agent_mmd_tool_layer_toollayer_check_steering_fe_eafecf3a,node_agent_mmd_memory_vector_layer_memorylayer_check__64c86928,node_agent_mmd_orchestration_layer_orchestration_run__18817957,node_agent_mmd_llm_model_layer_llmlayer_run_harness_e_603fcfdc,node_agent_mmd_tool_layer_toollayer_run_harness_evals_e2ee24f1,node_agent_mmd_memory_vector_layer_memorylayer_run_ha_5b637d0d,validate_decision_request_2e5c325e,validate_goal_completion_audit_receipt_100d252c,node_agent_mmd_orchestration_layer_orchestration_vali_c01b04be,node_agent_mmd_llm_model_layer_llmlayer_validate_pack_2a12e1f4,node_agent_mmd_tool_layer_toollayer_validate_packaged_2855c827,node_agent_mmd_llm_model_layer_llmlayer_validate_prom_9880f764,node_agent_mmd_memory_vector_layer_memorylayer_valida_c52c4db8,validate_reviewer_coverage_251efee3,node_agent_mmd_llm_model_layer_llmlayer_validate_syst_5636156e,node_agent_mmd_memory_vector_layer_memorylayer_valida_db599a97,check_environment_core_2c16213f,node_agent_mmd_llm_model_layer_llmlayer_context_conte_ad2dfbd9,node_agent_mmd_memory_vector_layer_memorylayer_contex_78ceaaa9,node_agent_mmd_llm_model_layer_llmlayer_index_context_1041bd11,node_agent_mmd_memory_vector_layer_memorylayer_index__6f3402d0,node_agent_mmd_orchestration_layer_orchestration_next_bd28cb25,node_agent_mmd_llm_model_layer_llmlayer_next_prompt_c_bdfb9c8c,node_agent_mmd_memory_vector_layer_memorylayer_next_p_25a3d4ff,node_agent_mmd_orchestration_layer_orchestration_next_2419fcae,node_agent_mmd_llm_model_layer_llmlayer_next_recommen_b2930791,node_agent_mmd_memory_vector_layer_memorylayer_next_r_ef64c9f9,prompt_gate_c5e9d207,node_agent_mmd_orchestration_layer_orchestration_reme_359fe98f,node_agent_mmd_llm_model_layer_llmlayer_remediate_run_9e3d4585,node_agent_mmd_tool_layer_toollayer_remediate_runner__c003b871,node_agent_mmd_llm_model_layer_llmlayer_search_search_66b9a911,node_agent_mmd_memory_vector_layer_memorylayer_search_ac35cb7e,node_agent_mmd_orchestration_layer_orchestration_cont_61b3b9c9,node_agent_mmd_llm_model_layer_llmlayer_context_healt_cfc0bfa8,node_agent_mmd_memory_vector_layer_memorylayer_contex_3204aa0e,node_agent_mmd_orchestration_layer_orchestration_comm_1f8cc24c,node_agent_mmd_llm_model_layer_llmlayer_command_specs_782af9fa,node_agent_mmd_memory_vector_layer_memorylayer_comman_111eb454,pilot_evaluate_command_spec_1084ea72,pilot_rollback_command_spec_4fe69f7d,prompt_gate_command_spec_9a941482,node_agent_mmd_llm_model_layer_llmlayer_constants_con_c9bd3f6c,node_agent_mmd_memory_vector_layer_memorylayer_consta_702d3f46,node_agent_mmd_llm_model_layer_llmlayer_index_index_1_02e160ff,node_agent_mmd_memory_vector_layer_memorylayer_index__752bc61e,node_agent_mmd_llm_model_layer_llmlayer_indexer_index_4f4deef5,node_agent_mmd_memory_vector_layer_memorylayer_indexe_93e6d86f,node_agent_mmd_llm_model_layer_llmlayer_ollama_ollama_968b23fa,node_agent_mmd_memory_vector_layer_memorylayer_ollama_6d51be16,node_agent_mmd_llm_model_layer_llmlayer_sync_contract_9f3cc8c1,node_agent_mmd_memory_vector_layer_memorylayer_sync_c_e43418bc,north_star_validators_cfc926ce,hilt_boundary_9b36fb15,types_10_75e5a4a0,goal_completion_audit_receipt_validation_9d0f4891,goal_completion_audit_receipt_5e4939c3,index_5_522f772a,node_agent_mmd_tool_layer_toollayer_constants_constan_9d71b829,types_18_37582e2a,sensitive_text_7c11f760,pr_template_linked_issue_relationship_a7b61f2c,pr_template_validator_rules_20a32d6b,node_agent_mmd_orchestration_layer_orchestration_prom_d17b4de2,node_agent_mmd_llm_model_layer_llmlayer_prompt_contex_81f9066a,node_agent_mmd_tool_layer_toollayer_prompt_context_dr_a2772f2b,node_agent_mmd_memory_vector_layer_memorylayer_prompt_ae34fc43,node_agent_mmd_orchestration_layer_orchestration_prom_77088997,node_agent_mmd_llm_model_layer_llmlayer_prompt_contex_e5066b88,node_agent_mmd_tool_layer_toollayer_prompt_context_dr_bd82da46,node_agent_mmd_memory_vector_layer_memorylayer_prompt_efd77624,node_agent_mmd_llm_model_layer_llmlayer_prompt_contex_6426acc2,node_agent_mmd_memory_vector_layer_memorylayer_prompt_55c0d605,cli_args_9_9c136878,cli_11_338a8415,sections_4697ef32,types_28_4476fcc6,validator_7_f836eb0e,cli_args_10_861cdd3f llmNode
  classDef toolNode fill:#555,color:#fff
-   class node_agent_mmd_orchestration_layer_orchestration_chec_7a9f0b64,node_agent_mmd_llm_model_layer_llmlayer_check_codex_a_29e7b7fa,node_agent_mmd_tool_layer_toollayer_check_codex_agent_4b361d5a,node_agent_mmd_orchestration_layer_orchestration_chec_7fd47f5c,node_agent_mmd_llm_model_layer_llmlayer_check_steerin_0e1bf90d,node_agent_mmd_tool_layer_toollayer_check_steering_fe_eafecf3a,node_agent_mmd_memory_vector_layer_memorylayer_check__64c86928,check_tooling_baseline_parity_3124b30a,node_agent_mmd_orchestration_layer_orchestration_run__18817957,node_agent_mmd_llm_model_layer_llmlayer_run_harness_e_603fcfdc,node_agent_mmd_tool_layer_toollayer_run_harness_evals_e2ee24f1,node_agent_mmd_memory_vector_layer_memorylayer_run_ha_5b637d0d,validate_action_review_receipt_fa2f06c3,node_agent_mmd_orchestration_layer_orchestration_vali_c01b04be,node_agent_mmd_llm_model_layer_llmlayer_validate_pack_2a12e1f4,node_agent_mmd_tool_layer_toollayer_validate_packaged_2855c827,validate_replay_packet_f309747e,node_agent_mmd_tool_layer_toollayer_ci_migrate_core_c_049f8460,node_agent_mmd_memory_vector_layer_memorylayer_ci_mig_0cd5b1a4,doctor_checks_5a2eb2b9,doctor_github_tool_check_e0a938df,doctor_github_tool_checks_a53b0382,doctor_tool_checks_4acac51a,fleet_plan_repo_ecdc6499,next_blocked_decisions_4140ad2b,next_pr_closeout_contract_af31d30a,policy_gate_213f7313,remediate_cli_output_cc165396,node_agent_mmd_orchestration_layer_orchestration_reme_359fe98f,node_agent_mmd_llm_model_layer_llmlayer_remediate_run_9e3d4585,node_agent_mmd_tool_layer_toollayer_remediate_runner__c003b871,node_agent_mmd_tool_layer_toollayer_review_gate_core__7704598b,node_agent_mmd_memory_vector_layer_memorylayer_review_5bee9816,index_1bc04b52,types_1_4ecdf56e,validation_constants_e002a0f6,validation_98c41dcd,node_agent_mmd_orchestration_layer_orchestration_chec_0550c395,node_agent_mmd_tool_layer_toollayer_checker_checker_2_453d593b,node_agent_mmd_memory_vector_layer_memorylayer_checke_a583eb4f,node_agent_mmd_orchestration_layer_orchestration_shar_724ef5f0,node_agent_mmd_tool_layer_toollayer_shared_state_poli_53734acd,cli_args_1_6144b055,node_agent_mmd_orchestration_layer_orchestration_comm_6e41a7f7,node_agent_mmd_tool_layer_toollayer_command_capabilit_7fe13db1,node_agent_mmd_tool_layer_toollayer_command_capabilit_e97a4615,node_agent_mmd_memory_vector_layer_memorylayer_comman_c72a5d05,linear_command_actions_e430f4f4,node_agent_mmd_orchestration_layer_orchestration_line_b67affd5,node_agent_mmd_tool_layer_toollayer_linear_command_ru_d6763748,node_agent_mmd_orchestration_layer_orchestration_poli_3270b55d,node_agent_mmd_tool_layer_toollayer_policy_validators_af136abf,node_agent_mmd_memory_vector_layer_memorylayer_policy_1944de42,shared_state_action_validator_e7b128cd,node_agent_mmd_orchestration_layer_orchestration_type_7cf81261,node_agent_mmd_tool_layer_toollayer_types_core_types__6c8319b6,node_agent_mmd_memory_vector_layer_memorylayer_types__83f369fa,node_agent_mmd_orchestration_layer_orchestration_vali_d9fe99e6,node_agent_mmd_tool_layer_toollayer_validator_core_va_6ef6131f,node_agent_mmd_memory_vector_layer_memorylayer_valida_41034356,validator_helpers_7b927667,node_agent_mmd_orchestration_layer_orchestration_he_p_fc778c24,node_agent_mmd_tool_layer_toollayer_he_phase_exit_cor_af016160,environment_runtime_3206f0a8,observed_skill_usage_ed7d5930,closure_evidence_aaa31467,pr_creator_dc6b1ea4,client_948fe603,init_output_360dce91,scaffold_ci_templates_2afd6392,scaffold_codex_environment_templates_334fbbed,scaffold_config_templates_4b80ce53,node_agent_mmd_orchestration_layer_orchestration_scaf_c9a90c2f,node_agent_mmd_tool_layer_toollayer_scaffold_environm_c1afc013,node_agent_mmd_memory_vector_layer_memorylayer_scaffo_12b42341,scaffold_github_actions_pr_pipeline_renderer_1ee18de5,scaffold_github_actions_pr_pipeline_template_e2b85f62,scaffold_package_command_template_80e32e83,scaffold_release_private_npm_template_075499f8,node_agent_mmd_llm_model_layer_llmlayer_constants_con_c9bd3f6c,node_agent_mmd_tool_layer_toollayer_constants_constan_9d71b829,index_9_32dd4d91,validation_common_6161e48b,node_agent_mmd_tool_layer_toollayer_cli_cli_2_1_32d9eeaf,node_agent_mmd_memory_vector_layer_memorylayer_cli_cl_1f1f89ab,node_agent_mmd_tool_layer_toollayer_metrics_tracker_m_4c9237d8,node_agent_mmd_memory_vector_layer_memorylayer_metric_12562178,normalise_renderer_85f2e563,evaluation_engine_core_e054fe49,node_agent_mmd_orchestration_layer_orchestration_tool_cc43149f,node_agent_mmd_tool_layer_toollayer_tooling_baseline__61e66e9f,node_agent_mmd_memory_vector_layer_memorylayer_toolin_14f86b00,node_agent_mmd_orchestration_layer_orchestration_prom_d17b4de2,node_agent_mmd_llm_model_layer_llmlayer_prompt_contex_81f9066a,node_agent_mmd_tool_layer_toollayer_prompt_context_dr_a2772f2b,node_agent_mmd_memory_vector_layer_memorylayer_prompt_ae34fc43,node_agent_mmd_orchestration_layer_orchestration_prom_77088997,node_agent_mmd_llm_model_layer_llmlayer_prompt_contex_e5066b88,node_agent_mmd_tool_layer_toollayer_prompt_context_dr_bd82da46,node_agent_mmd_memory_vector_layer_memorylayer_prompt_efd77624,replay_packet_a1293f88,index_14_d982116c,review_lifecycle_contract_e5447221,review_lifecycle_89afa64c,node_agent_mmd_tool_layer_toollayer_runtime_card_code_3636ceac,node_agent_mmd_memory_vector_layer_memorylayer_runtim_a5d23e7f,runtime_card_codex_runtime_0655e230,runtime_evidence_bundle_d471a232,types_36_674380ec,index_17_642943a2,projection_1b250ea1,types_38_e8efcd57,validation_7_c4e6d8b6 toolNode
+   class node_agent_mmd_orchestration_layer_orchestration_chec_7a9f0b64,node_agent_mmd_llm_model_layer_llmlayer_check_codex_a_29e7b7fa,node_agent_mmd_tool_layer_toollayer_check_codex_agent_4b361d5a,node_agent_mmd_orchestration_layer_orchestration_chec_7fd47f5c,node_agent_mmd_llm_model_layer_llmlayer_check_steerin_0e1bf90d,node_agent_mmd_tool_layer_toollayer_check_steering_fe_eafecf3a,node_agent_mmd_memory_vector_layer_memorylayer_check__64c86928,check_tooling_baseline_parity_3124b30a,node_agent_mmd_orchestration_layer_orchestration_run__18817957,node_agent_mmd_llm_model_layer_llmlayer_run_harness_e_603fcfdc,node_agent_mmd_tool_layer_toollayer_run_harness_evals_e2ee24f1,node_agent_mmd_memory_vector_layer_memorylayer_run_ha_5b637d0d,validate_action_review_receipt_fa2f06c3,node_agent_mmd_orchestration_layer_orchestration_vali_c01b04be,node_agent_mmd_llm_model_layer_llmlayer_validate_pack_2a12e1f4,node_agent_mmd_tool_layer_toollayer_validate_packaged_2855c827,validate_replay_packet_f309747e,node_agent_mmd_tool_layer_toollayer_ci_migrate_core_c_049f8460,node_agent_mmd_memory_vector_layer_memorylayer_ci_mig_0cd5b1a4,doctor_checks_5a2eb2b9,doctor_github_tool_check_e0a938df,doctor_github_tool_checks_a53b0382,doctor_tool_checks_4acac51a,fleet_plan_repo_ecdc6499,next_blocked_decisions_4140ad2b,next_pr_closeout_contract_af31d30a,policy_gate_213f7313,remediate_cli_output_cc165396,node_agent_mmd_orchestration_layer_orchestration_reme_359fe98f,node_agent_mmd_llm_model_layer_llmlayer_remediate_run_9e3d4585,node_agent_mmd_tool_layer_toollayer_remediate_runner__c003b871,node_agent_mmd_tool_layer_toollayer_review_gate_core__7704598b,node_agent_mmd_memory_vector_layer_memorylayer_review_5bee9816,index_1bc04b52,types_1_4ecdf56e,validation_constants_e002a0f6,validation_98c41dcd,node_agent_mmd_orchestration_layer_orchestration_chec_0550c395,node_agent_mmd_tool_layer_toollayer_checker_checker_2_453d593b,node_agent_mmd_memory_vector_layer_memorylayer_checke_a583eb4f,node_agent_mmd_orchestration_layer_orchestration_shar_724ef5f0,node_agent_mmd_tool_layer_toollayer_shared_state_poli_53734acd,cli_args_1_6144b055,node_agent_mmd_orchestration_layer_orchestration_comm_6e41a7f7,node_agent_mmd_tool_layer_toollayer_command_capabilit_7fe13db1,node_agent_mmd_tool_layer_toollayer_command_capabilit_e97a4615,node_agent_mmd_memory_vector_layer_memorylayer_comman_c72a5d05,linear_command_actions_e430f4f4,node_agent_mmd_orchestration_layer_orchestration_line_b67affd5,node_agent_mmd_tool_layer_toollayer_linear_command_ru_d6763748,node_agent_mmd_orchestration_layer_orchestration_poli_3270b55d,node_agent_mmd_tool_layer_toollayer_policy_validators_af136abf,node_agent_mmd_memory_vector_layer_memorylayer_policy_1944de42,shared_state_action_validator_e7b128cd,node_agent_mmd_orchestration_layer_orchestration_type_7cf81261,node_agent_mmd_tool_layer_toollayer_types_core_types__6c8319b6,node_agent_mmd_memory_vector_layer_memorylayer_types__83f369fa,node_agent_mmd_orchestration_layer_orchestration_vali_d9fe99e6,node_agent_mmd_tool_layer_toollayer_validator_core_va_6ef6131f,node_agent_mmd_memory_vector_layer_memorylayer_valida_41034356,validator_helpers_7b927667,node_agent_mmd_orchestration_layer_orchestration_he_p_fc778c24,node_agent_mmd_tool_layer_toollayer_he_phase_exit_cor_af016160,environment_runtime_3206f0a8,observed_skill_usage_ed7d5930,closure_evidence_aaa31467,pr_creator_dc6b1ea4,client_948fe603,init_output_360dce91,scaffold_ci_templates_2afd6392,scaffold_codex_environment_templates_334fbbed,scaffold_config_templates_4b80ce53,node_agent_mmd_orchestration_layer_orchestration_scaf_c9a90c2f,node_agent_mmd_tool_layer_toollayer_scaffold_environm_c1afc013,node_agent_mmd_memory_vector_layer_memorylayer_scaffo_12b42341,scaffold_github_actions_pr_pipeline_renderer_1ee18de5,scaffold_github_actions_pr_pipeline_template_e2b85f62,scaffold_package_command_template_80e32e83,scaffold_release_private_npm_template_075499f8,node_agent_mmd_llm_model_layer_llmlayer_constants_con_c9bd3f6c,node_agent_mmd_tool_layer_toollayer_constants_constan_9d71b829,index_9_32dd4d91,validation_common_6161e48b,node_agent_mmd_tool_layer_toollayer_cli_cli_2_1_32d9eeaf,node_agent_mmd_memory_vector_layer_memorylayer_cli_cl_1f1f89ab,node_agent_mmd_tool_layer_toollayer_metrics_tracker_m_4c9237d8,node_agent_mmd_memory_vector_layer_memorylayer_metric_12562178,normalise_renderer_85f2e563,evaluation_engine_core_e054fe49,node_agent_mmd_orchestration_layer_orchestration_tool_cc43149f,node_agent_mmd_tool_layer_toollayer_tooling_baseline__61e66e9f,node_agent_mmd_memory_vector_layer_memorylayer_toolin_14f86b00,node_agent_mmd_orchestration_layer_orchestration_prom_d17b4de2,node_agent_mmd_llm_model_layer_llmlayer_prompt_contex_81f9066a,node_agent_mmd_tool_layer_toollayer_prompt_context_dr_a2772f2b,node_agent_mmd_memory_vector_layer_memorylayer_prompt_ae34fc43,node_agent_mmd_orchestration_layer_orchestration_prom_77088997,node_agent_mmd_llm_model_layer_llmlayer_prompt_contex_e5066b88,node_agent_mmd_tool_layer_toollayer_prompt_context_dr_bd82da46,node_agent_mmd_memory_vector_layer_memorylayer_prompt_efd77624,replay_packet_a1293f88,index_14_d982116c,review_lifecycle_contract_e5447221,review_lifecycle_89afa64c,node_agent_mmd_tool_layer_toollayer_runtime_card_code_3636ceac,node_agent_mmd_memory_vector_layer_memorylayer_runtim_a5d23e7f,runtime_card_codex_runtime_0655e230,runtime_evidence_bundle_d471a232,types_37_32ccf9f9,index_17_642943a2,projection_1b250ea1,types_39_d07de160,validation_7_c4e6d8b6 toolNode
  classDef memNode fill:#555,color:#fff
-   class node_agent_mmd_orchestration_layer_orchestration_chec_7fd47f5c,node_agent_mmd_llm_model_layer_llmlayer_check_steerin_0e1bf90d,node_agent_mmd_tool_layer_toollayer_check_steering_fe_eafecf3a,node_agent_mmd_memory_vector_layer_memorylayer_check__64c86928,normalize_workflow_contracts_8701f1c8,node_agent_mmd_orchestration_layer_orchestration_run__18817957,node_agent_mmd_llm_model_layer_llmlayer_run_harness_e_603fcfdc,node_agent_mmd_tool_layer_toollayer_run_harness_evals_e2ee24f1,node_agent_mmd_memory_vector_layer_memorylayer_run_ha_5b637d0d,sync_codex_preflight_7e7a8dc2,test_harness_upgrade_matrix_84113c4e,node_agent_mmd_llm_model_layer_llmlayer_validate_prom_9880f764,node_agent_mmd_memory_vector_layer_memorylayer_valida_c52c4db8,validate_runtime_packet_schemas_bc3ba8ec,node_agent_mmd_llm_model_layer_llmlayer_validate_syst_5636156e,node_agent_mmd_memory_vector_layer_memorylayer_valida_db599a97,validate_workflow_contracts_33dc063c,branch_protect_core_a8feb0fd,node_agent_mmd_tool_layer_toollayer_ci_migrate_core_c_049f8460,node_agent_mmd_memory_vector_layer_memorylayer_ci_mig_0cd5b1a4,context_health_80bb7da9,node_agent_mmd_llm_model_layer_llmlayer_context_conte_ad2dfbd9,node_agent_mmd_memory_vector_layer_memorylayer_contex_78ceaaa9,docs_gate_classification_2f51c90b,docs_gate_types_d285abb6,node_agent_mmd_llm_model_layer_llmlayer_index_context_1041bd11,node_agent_mmd_memory_vector_layer_memorylayer_index__6f3402d0,local_memory_preflight_dcc36c42,memory_gate_a577a506,node_agent_mmd_orchestration_layer_orchestration_next_2419fcae,node_agent_mmd_memory_vector_layer_memorylayer_next_r_70c71a64,node_agent_mmd_orchestration_layer_orchestration_next_5393fba1,node_agent_mmd_memory_vector_layer_memorylayer_next_r_7feb80cc,pattern_scope_siblings_43abe000,review_context_ca6cf81d,node_agent_mmd_tool_layer_toollayer_review_gate_core__7704598b,node_agent_mmd_memory_vector_layer_memorylayer_review_5bee9816,node_agent_mmd_llm_model_layer_llmlayer_search_search_66b9a911,node_agent_mmd_memory_vector_layer_memorylayer_search_ac35cb7e,session_context_e5ec72c0,node_agent_mmd_orchestration_layer_orchestration_tool_acfe0c01,node_agent_mmd_memory_vector_layer_memorylayer_toolin_a1185b8f,run_local_memory_preflight_36e92808,node_agent_mmd_orchestration_layer_orchestration_chec_0550c395,node_agent_mmd_tool_layer_toollayer_checker_checker_2_453d593b,node_agent_mmd_memory_vector_layer_memorylayer_checke_a583eb4f,node_agent_mmd_orchestration_layer_orchestration_cont_61b3b9c9,node_agent_mmd_llm_model_layer_llmlayer_context_healt_cfc0bfa8,node_agent_mmd_memory_vector_layer_memorylayer_contex_3204aa0e,node_agent_mmd_orchestration_layer_orchestration_type_4f906dcc,node_agent_mmd_memory_vector_layer_memorylayer_types__9ad640a0,branch_protect_sync_570adb18,node_agent_mmd_tool_layer_toollayer_command_capabilit_e97a4615,node_agent_mmd_memory_vector_layer_memorylayer_comman_c72a5d05,node_agent_mmd_orchestration_layer_orchestration_comm_1f8cc24c,node_agent_mmd_llm_model_layer_llmlayer_command_specs_782af9fa,node_agent_mmd_memory_vector_layer_memorylayer_comman_111eb454,local_memory_preflight_command_spec_9e23f3ce,memory_gate_command_spec_dc9001a9,review_gate_command_spec_3187376a,session_context_command_spec_973afbb1,node_agent_mmd_llm_model_layer_llmlayer_constants_con_c9bd3f6c,node_agent_mmd_memory_vector_layer_memorylayer_consta_702d3f46,context_compact_policy_3dcaf95d,node_agent_mmd_llm_model_layer_llmlayer_index_index_1_02e160ff,node_agent_mmd_memory_vector_layer_memorylayer_index__752bc61e,node_agent_mmd_llm_model_layer_llmlayer_indexer_index_4f4deef5,node_agent_mmd_memory_vector_layer_memorylayer_indexe_93e6d86f,init_error_5c7dd49f,lexical_fallback_723e2b3e,node_agent_mmd_llm_model_layer_llmlayer_ollama_ollama_968b23fa,node_agent_mmd_memory_vector_layer_memorylayer_ollama_6d51be16,rollout_a4fa034c,sources_878a52fc,store_824d80d7,node_agent_mmd_llm_model_layer_llmlayer_sync_contract_9f3cc8c1,node_agent_mmd_memory_vector_layer_memorylayer_sync_c_e43418bc,types_8_f6283648,harness_run_context_ac7c77a9,index_4_013aa0e3,json_schema_core_96d7e328,node_agent_mmd_orchestration_layer_orchestration_poli_3270b55d,node_agent_mmd_tool_layer_toollayer_policy_validators_af136abf,node_agent_mmd_memory_vector_layer_memorylayer_policy_1944de42,node_agent_mmd_orchestration_layer_orchestration_type_7cf81261,node_agent_mmd_tool_layer_toollayer_types_core_types__6c8319b6,node_agent_mmd_memory_vector_layer_memorylayer_types__83f369fa,node_agent_mmd_orchestration_layer_orchestration_vali_d9fe99e6,node_agent_mmd_tool_layer_toollayer_validator_core_va_6ef6131f,node_agent_mmd_memory_vector_layer_memorylayer_valida_41034356,archive_candidates_scanner_d0931789,archive_candidates_dc0e40e1,docs_task_eval_contract_79347457,docs_task_eval_fixtures_44902755,node_agent_mmd_orchestration_layer_orchestration_init_2a9c3ecb,node_agent_mmd_memory_vector_layer_memorylayer_init_m_333d02c5,node_agent_mmd_orchestration_layer_orchestration_proj_6ab6f60f,node_agent_mmd_memory_vector_layer_memorylayer_projec_3ae304d9,scaffold_diagram_templates_dd88e83c,node_agent_mmd_orchestration_layer_orchestration_scaf_12cc07db,node_agent_mmd_memory_vector_layer_memorylayer_scaffo_5fd73b94,node_agent_mmd_orchestration_layer_orchestration_scaf_c9a90c2f,node_agent_mmd_tool_layer_toollayer_scaffold_environm_c1afc013,node_agent_mmd_memory_vector_layer_memorylayer_scaffo_12b42341,scaffold_hook_templates_8c74ab50,scaffold_root_command_templates_404fed7f,scaffold_script_template_registry_69312d4e,scaffold_shell_templates_0ad0f915,scaffold_surfaces_12d6494e,node_agent_mmd_orchestration_layer_orchestration_scaf_ff8f92f6,node_agent_mmd_memory_vector_layer_memorylayer_scaffo_a86eece1,scaffold_workflow_template_92310587,eval_seed_5699fd3e,index_10_f6785a46,review_context_1_e3afed15,memory_gate_1_265164ac,branch_enforcer_acb749cd,cli_args_5_09ea29f0,node_agent_mmd_tool_layer_toollayer_cli_cli_2_1_32d9eeaf,node_agent_mmd_memory_vector_layer_memorylayer_cli_cl_1f1f89ab,node_agent_mmd_tool_layer_toollayer_metrics_tracker_m_4c9237d8,node_agent_mmd_memory_vector_layer_memorylayer_metric_12562178,types_19_eb4ad5f0,validator_5_b19ac2be,node_agent_mmd_orchestration_layer_orchestration_clas_899b821a,node_agent_mmd_memory_vector_layer_memorylayer_classi_1ebbf5ff,node_agent_mmd_orchestration_layer_orchestration_tool_cc43149f,node_agent_mmd_tool_layer_toollayer_tooling_baseline__61e66e9f,node_agent_mmd_memory_vector_layer_memorylayer_toolin_14f86b00,claim_helpers_20dc8387,types_24_c63dc1a7,local_memory_smoke_1175abfc,local_memory_0db17ecc,performance_overload_c685bfcf,node_agent_mmd_orchestration_layer_orchestration_sugg_85c5ebe3,node_agent_mmd_memory_vector_layer_memorylayer_sugges_267f408d,node_agent_mmd_orchestration_layer_orchestration_prom_d17b4de2,node_agent_mmd_llm_model_layer_llmlayer_prompt_contex_81f9066a,node_agent_mmd_tool_layer_toollayer_prompt_context_dr_a2772f2b,node_agent_mmd_memory_vector_layer_memorylayer_prompt_ae34fc43,node_agent_mmd_orchestration_layer_orchestration_prom_77088997,node_agent_mmd_llm_model_layer_llmlayer_prompt_contex_e5066b88,node_agent_mmd_tool_layer_toollayer_prompt_context_dr_bd82da46,node_agent_mmd_memory_vector_layer_memorylayer_prompt_efd77624,node_agent_mmd_llm_model_layer_llmlayer_prompt_contex_6426acc2,node_agent_mmd_memory_vector_layer_memorylayer_prompt_55c0d605,types_31_eb363e20,policy_1_fc4198db,node_agent_mmd_tool_layer_toollayer_runtime_card_code_3636ceac,node_agent_mmd_memory_vector_layer_memorylayer_runtim_a5d23e7f,cli_12_01c06c37,collector_0736fd5b,types_34_85e6a0bb,overload_guard_2748c559 memNode
+   class node_agent_mmd_orchestration_layer_orchestration_chec_7fd47f5c,node_agent_mmd_llm_model_layer_llmlayer_check_steerin_0e1bf90d,node_agent_mmd_tool_layer_toollayer_check_steering_fe_eafecf3a,node_agent_mmd_memory_vector_layer_memorylayer_check__64c86928,normalize_workflow_contracts_8701f1c8,node_agent_mmd_orchestration_layer_orchestration_run__18817957,node_agent_mmd_llm_model_layer_llmlayer_run_harness_e_603fcfdc,node_agent_mmd_tool_layer_toollayer_run_harness_evals_e2ee24f1,node_agent_mmd_memory_vector_layer_memorylayer_run_ha_5b637d0d,sync_codex_preflight_7e7a8dc2,test_harness_upgrade_matrix_84113c4e,node_agent_mmd_llm_model_layer_llmlayer_validate_prom_9880f764,node_agent_mmd_memory_vector_layer_memorylayer_valida_c52c4db8,validate_runtime_packet_schemas_bc3ba8ec,node_agent_mmd_llm_model_layer_llmlayer_validate_syst_5636156e,node_agent_mmd_memory_vector_layer_memorylayer_valida_db599a97,validate_workflow_contracts_33dc063c,branch_protect_core_a8feb0fd,node_agent_mmd_tool_layer_toollayer_ci_migrate_core_c_049f8460,node_agent_mmd_memory_vector_layer_memorylayer_ci_mig_0cd5b1a4,context_health_80bb7da9,node_agent_mmd_llm_model_layer_llmlayer_context_conte_ad2dfbd9,node_agent_mmd_memory_vector_layer_memorylayer_contex_78ceaaa9,docs_gate_classification_2f51c90b,docs_gate_types_d285abb6,node_agent_mmd_llm_model_layer_llmlayer_index_context_1041bd11,node_agent_mmd_memory_vector_layer_memorylayer_index__6f3402d0,local_memory_preflight_dcc36c42,memory_gate_a577a506,node_agent_mmd_orchestration_layer_orchestration_next_bd28cb25,node_agent_mmd_llm_model_layer_llmlayer_next_prompt_c_bdfb9c8c,node_agent_mmd_memory_vector_layer_memorylayer_next_p_25a3d4ff,node_agent_mmd_orchestration_layer_orchestration_next_2419fcae,node_agent_mmd_llm_model_layer_llmlayer_next_recommen_b2930791,node_agent_mmd_memory_vector_layer_memorylayer_next_r_ef64c9f9,node_agent_mmd_orchestration_layer_orchestration_next_5393fba1,node_agent_mmd_memory_vector_layer_memorylayer_next_r_7feb80cc,pattern_scope_siblings_43abe000,review_context_ca6cf81d,node_agent_mmd_tool_layer_toollayer_review_gate_core__7704598b,node_agent_mmd_memory_vector_layer_memorylayer_review_5bee9816,node_agent_mmd_llm_model_layer_llmlayer_search_search_66b9a911,node_agent_mmd_memory_vector_layer_memorylayer_search_ac35cb7e,session_context_e5ec72c0,node_agent_mmd_orchestration_layer_orchestration_tool_acfe0c01,node_agent_mmd_memory_vector_layer_memorylayer_toolin_a1185b8f,run_local_memory_preflight_36e92808,node_agent_mmd_orchestration_layer_orchestration_chec_0550c395,node_agent_mmd_tool_layer_toollayer_checker_checker_2_453d593b,node_agent_mmd_memory_vector_layer_memorylayer_checke_a583eb4f,node_agent_mmd_orchestration_layer_orchestration_cont_61b3b9c9,node_agent_mmd_llm_model_layer_llmlayer_context_healt_cfc0bfa8,node_agent_mmd_memory_vector_layer_memorylayer_contex_3204aa0e,node_agent_mmd_orchestration_layer_orchestration_type_4f906dcc,node_agent_mmd_memory_vector_layer_memorylayer_types__9ad640a0,branch_protect_sync_570adb18,node_agent_mmd_tool_layer_toollayer_command_capabilit_e97a4615,node_agent_mmd_memory_vector_layer_memorylayer_comman_c72a5d05,node_agent_mmd_orchestration_layer_orchestration_comm_1f8cc24c,node_agent_mmd_llm_model_layer_llmlayer_command_specs_782af9fa,node_agent_mmd_memory_vector_layer_memorylayer_comman_111eb454,local_memory_preflight_command_spec_9e23f3ce,memory_gate_command_spec_dc9001a9,review_gate_command_spec_3187376a,session_context_command_spec_973afbb1,node_agent_mmd_llm_model_layer_llmlayer_constants_con_c9bd3f6c,node_agent_mmd_memory_vector_layer_memorylayer_consta_702d3f46,context_compact_policy_3dcaf95d,node_agent_mmd_llm_model_layer_llmlayer_index_index_1_02e160ff,node_agent_mmd_memory_vector_layer_memorylayer_index__752bc61e,node_agent_mmd_llm_model_layer_llmlayer_indexer_index_4f4deef5,node_agent_mmd_memory_vector_layer_memorylayer_indexe_93e6d86f,init_error_5c7dd49f,lexical_fallback_723e2b3e,node_agent_mmd_llm_model_layer_llmlayer_ollama_ollama_968b23fa,node_agent_mmd_memory_vector_layer_memorylayer_ollama_6d51be16,rollout_a4fa034c,sources_878a52fc,store_824d80d7,node_agent_mmd_llm_model_layer_llmlayer_sync_contract_9f3cc8c1,node_agent_mmd_memory_vector_layer_memorylayer_sync_c_e43418bc,types_8_f6283648,harness_run_context_ac7c77a9,index_4_013aa0e3,json_schema_core_96d7e328,node_agent_mmd_orchestration_layer_orchestration_poli_3270b55d,node_agent_mmd_tool_layer_toollayer_policy_validators_af136abf,node_agent_mmd_memory_vector_layer_memorylayer_policy_1944de42,node_agent_mmd_orchestration_layer_orchestration_type_7cf81261,node_agent_mmd_tool_layer_toollayer_types_core_types__6c8319b6,node_agent_mmd_memory_vector_layer_memorylayer_types__83f369fa,node_agent_mmd_orchestration_layer_orchestration_vali_d9fe99e6,node_agent_mmd_tool_layer_toollayer_validator_core_va_6ef6131f,node_agent_mmd_memory_vector_layer_memorylayer_valida_41034356,archive_candidates_scanner_d0931789,archive_candidates_dc0e40e1,docs_task_eval_contract_79347457,docs_task_eval_fixtures_44902755,node_agent_mmd_orchestration_layer_orchestration_init_2a9c3ecb,node_agent_mmd_memory_vector_layer_memorylayer_init_m_333d02c5,node_agent_mmd_orchestration_layer_orchestration_proj_6ab6f60f,node_agent_mmd_memory_vector_layer_memorylayer_projec_3ae304d9,scaffold_diagram_templates_dd88e83c,node_agent_mmd_orchestration_layer_orchestration_scaf_12cc07db,node_agent_mmd_memory_vector_layer_memorylayer_scaffo_5fd73b94,node_agent_mmd_orchestration_layer_orchestration_scaf_c9a90c2f,node_agent_mmd_tool_layer_toollayer_scaffold_environm_c1afc013,node_agent_mmd_memory_vector_layer_memorylayer_scaffo_12b42341,scaffold_hook_templates_8c74ab50,scaffold_root_command_templates_404fed7f,scaffold_script_template_registry_69312d4e,scaffold_shell_templates_0ad0f915,scaffold_surfaces_12d6494e,node_agent_mmd_orchestration_layer_orchestration_scaf_ff8f92f6,node_agent_mmd_memory_vector_layer_memorylayer_scaffo_a86eece1,scaffold_workflow_template_92310587,eval_seed_5699fd3e,index_10_f6785a46,review_context_1_e3afed15,memory_gate_1_265164ac,branch_enforcer_acb749cd,cli_args_5_09ea29f0,node_agent_mmd_tool_layer_toollayer_cli_cli_2_1_32d9eeaf,node_agent_mmd_memory_vector_layer_memorylayer_cli_cl_1f1f89ab,node_agent_mmd_tool_layer_toollayer_metrics_tracker_m_4c9237d8,node_agent_mmd_memory_vector_layer_memorylayer_metric_12562178,types_20_071a0112,validator_5_b19ac2be,node_agent_mmd_orchestration_layer_orchestration_clas_899b821a,node_agent_mmd_memory_vector_layer_memorylayer_classi_1ebbf5ff,node_agent_mmd_orchestration_layer_orchestration_tool_cc43149f,node_agent_mmd_tool_layer_toollayer_tooling_baseline__61e66e9f,node_agent_mmd_memory_vector_layer_memorylayer_toolin_14f86b00,claim_helpers_20dc8387,types_25_89d086aa,local_memory_smoke_1175abfc,local_memory_0db17ecc,performance_overload_c685bfcf,node_agent_mmd_orchestration_layer_orchestration_sugg_85c5ebe3,node_agent_mmd_memory_vector_layer_memorylayer_sugges_267f408d,node_agent_mmd_orchestration_layer_orchestration_prom_d17b4de2,node_agent_mmd_llm_model_layer_llmlayer_prompt_contex_81f9066a,node_agent_mmd_tool_layer_toollayer_prompt_context_dr_a2772f2b,node_agent_mmd_memory_vector_layer_memorylayer_prompt_ae34fc43,node_agent_mmd_orchestration_layer_orchestration_prom_77088997,node_agent_mmd_llm_model_layer_llmlayer_prompt_contex_e5066b88,node_agent_mmd_tool_layer_toollayer_prompt_context_dr_bd82da46,node_agent_mmd_memory_vector_layer_memorylayer_prompt_efd77624,node_agent_mmd_llm_model_layer_llmlayer_prompt_contex_6426acc2,node_agent_mmd_memory_vector_layer_memorylayer_prompt_55c0d605,types_32_bfe791ff,policy_1_fc4198db,node_agent_mmd_tool_layer_toollayer_runtime_card_code_3636ceac,node_agent_mmd_memory_vector_layer_memorylayer_runtim_a5d23e7f,cli_12_01c06c37,collector_0736fd5b,types_35_93e66c64,overload_guard_2748c559 memNode
